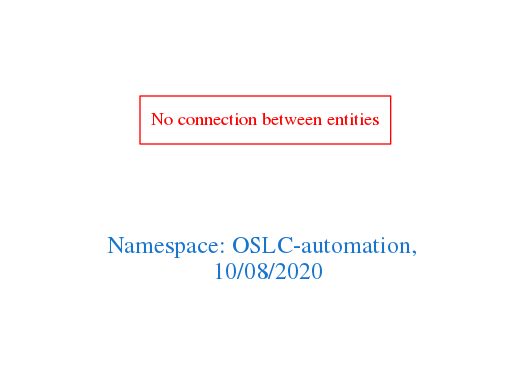
Above: downloads/OSLC-automation.png in arago/OGIT (Graphviz), before the change. Its source is kept beside it as downloads/OSLC-automation.dot.
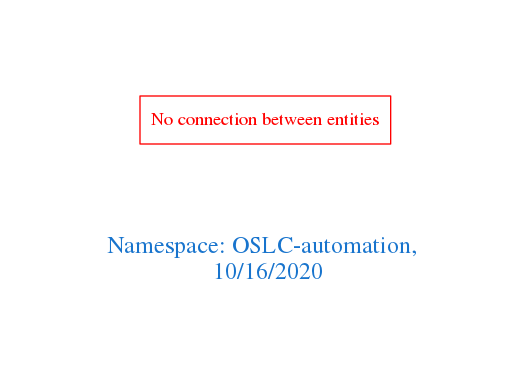
After the change.

What changed in the source:
```diff
@@ -1,7 +1,7 @@
 digraph OGIT_ontology {
  graph [ rankdir= LR,pad=1
 fontsize = 18,
-fontcolor= dodgerblue3,label = "\n\n\nNamespace: OSLC-automation, \n 10/08/2020"];
+fontcolor= dodgerblue3,label = "\n\n\nNamespace: OSLC-automation, \n 10/16/2020"];
 node[shape=polygon];
 edge [  color="gray81"];
 
```
